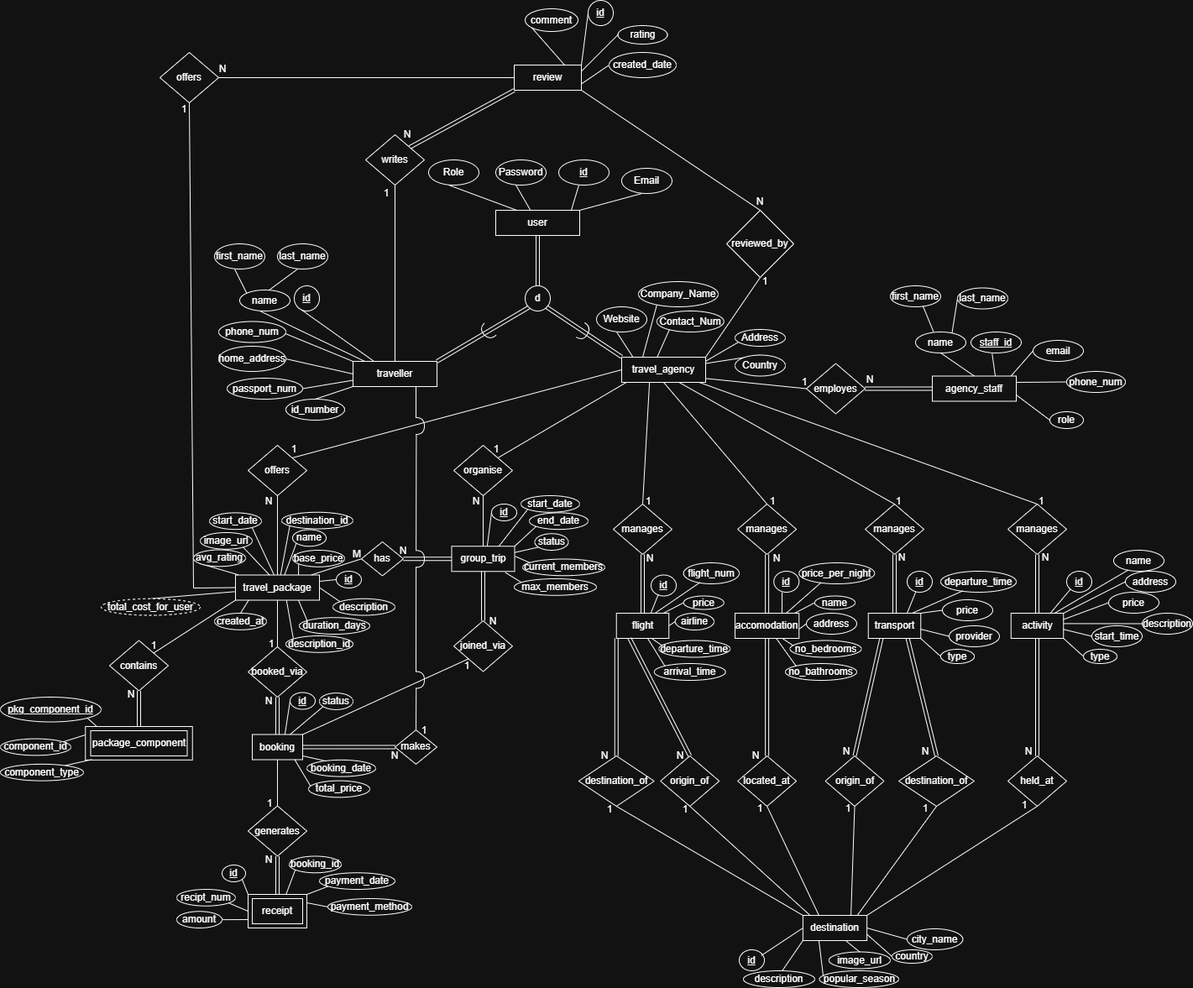
Above: COS_212_HA_(E)ER.png in duckyducky2850/221prac5 (draw.io), before the change. Source tidied: cells renumbered, new cells last; positions are measured from the earlier drawing's top-left corner, leaving out a move shared by most shapes.
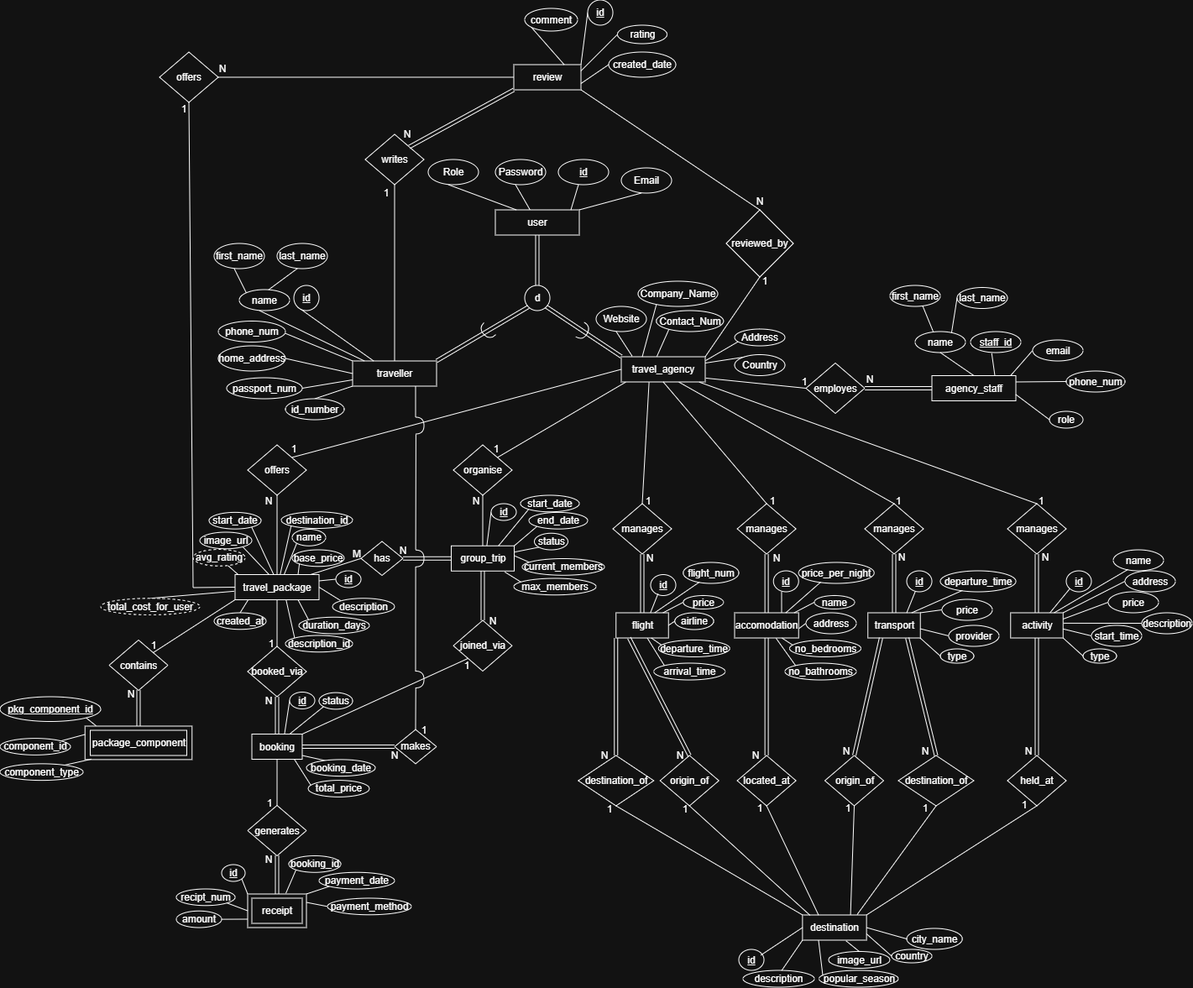
Above is the later version.

Commit message:
Uploaded the new (E)ER with the new derived attribute to travel_package

What changed in the source:
```diff
@@ -959,10 +959,10 @@
     <mxCell id="307" value="image_url" style="ellipse;whiteSpace=wrap;html=1;" parent="1" vertex="1">
       <mxGeometry x="238" y="634" width="62" height="19.8" as="geometry" />
     </mxCell>
-    <mxCell id="308" style="endArrow=none;html=1;rounded=0;entryX=0.034;entryY=-0.007;entryDx=0;entryDy=0;exitX=0;exitY=1;exitDx=0;exitDy=0;entryPerimeter=0;" parent="1" edge="1" source="309" target="176">
+    <mxCell id="308" style="endArrow=none;html=1;rounded=0;entryX=0.034;entryY=-0.007;entryDx=0;entryDy=0;exitX=0.673;exitY=0.981;exitDx=0;exitDy=0;entryPerimeter=0;exitPerimeter=0;" parent="1" edge="1" source="309" target="176">
       <mxGeometry relative="1" as="geometry" />
     </mxCell>
-    <mxCell id="309" value="avg_rating" style="ellipse;whiteSpace=wrap;html=1;" parent="1" vertex="1">
+    <mxCell id="309" value="avg_rating" style="ellipse;whiteSpace=wrap;html=1;dashed=1;" parent="1" vertex="1">
       <mxGeometry x="230" y="654.5" width="62" height="19.8" as="geometry" />
     </mxCell>
     <mxCell id="310" style="endArrow=none;html=1;rounded=0;entryX=0.158;entryY=0.994;entryDx=0;entryDy=0;exitX=0.5;exitY=0;exitDx=0;exitDy=0;entryPerimeter=0;" parent="1" edge="1" source="311" target="176">
```
